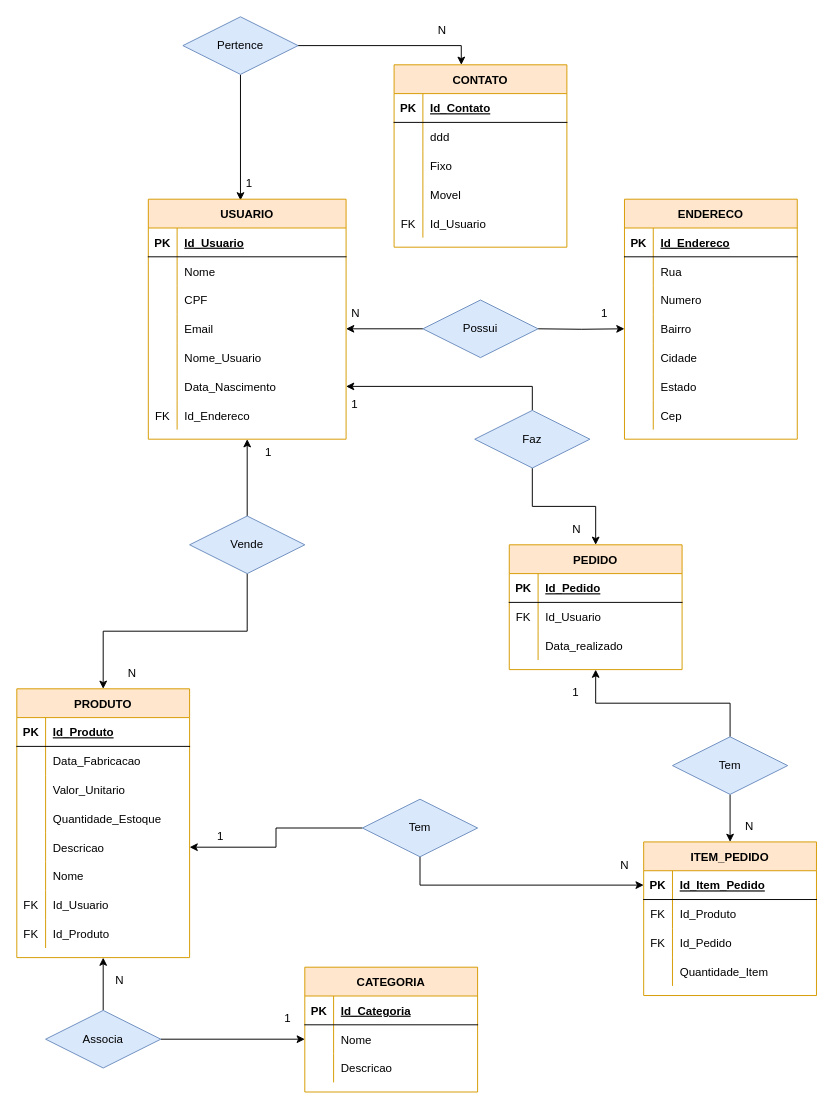
Earlier version of the draw.io diagram Banco_Dados/ProjetoFinal_Marketplace/ProjetoBancoDados_Marktplace_DER_Normalizado.drawio (AbJoia/G2AC-RSW). Source tidied: cells renumbered, new cells numbered last; positions are measured from the earlier drawing's top-left corner, leaving out a move shared by most shapes. Both pictures are drawn from the tidied source at 96%, with x=0, y=0 at pixel (16, 16).
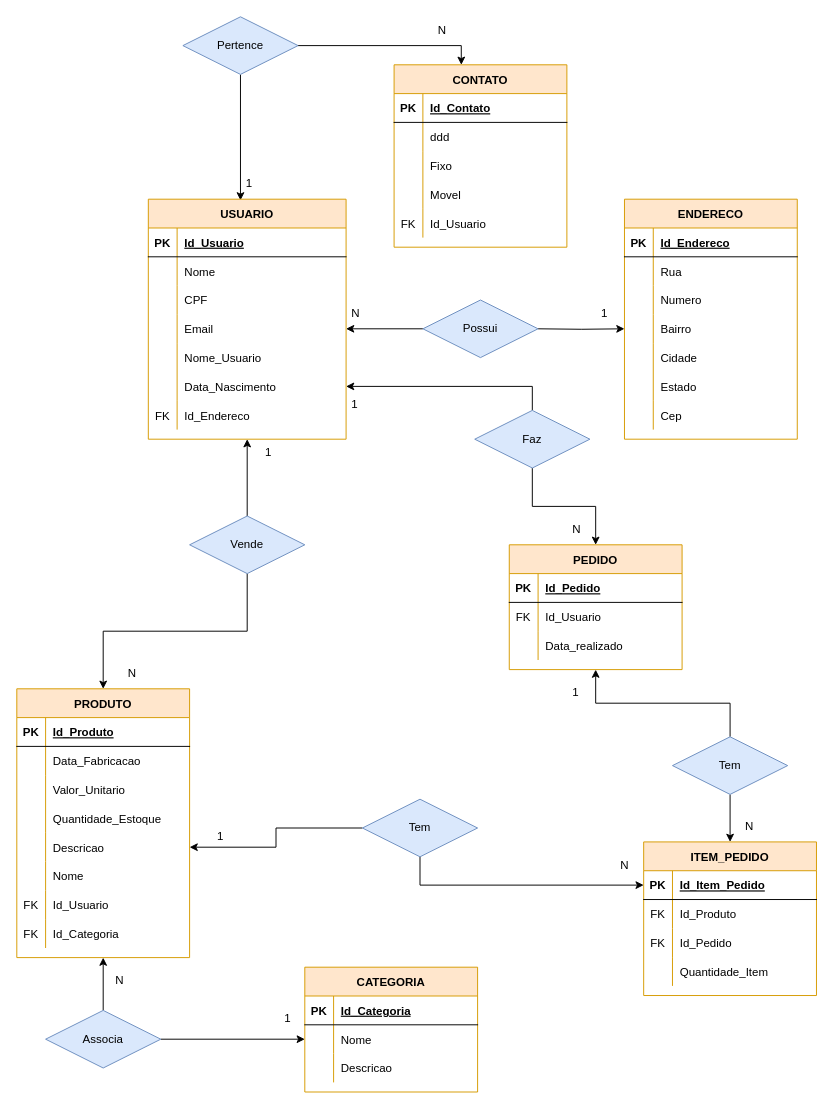
After the change.

Commit message:
Correcao na entidade produto referencia FK

Unchanged cells that the change refers to:
```xml
<mxCell id="152" style="shape=partialRectangle;fillColor=none;top=0;left=0;bottom=0;right=0;" parent="130" vertex="1">
  <mxGeometry y="240" width="180" height="30" as="geometry" />
</mxCell>
```

What changed in the source:
```diff
@@
-    <mxCell id="154" value="Id_Produto" style="shape=partialRectangle;fillColor=none;top=0;left=0;bottom=0;right=0;align=left;spacingLeft=6;fontStyle=0;overflow=hidden;" parent="152" vertex="1">
+    <mxCell id="154" value="Id_Categoria" style="shape=partialRectangle;fillColor=none;top=0;left=0;bottom=0;right=0;align=left;spacingLeft=6;fontStyle=0;overflow=hidden;" parent="152" vertex="1">
       <mxGeometry x="30" width="150" height="30" as="geometry" />
     </mxCell>
```
